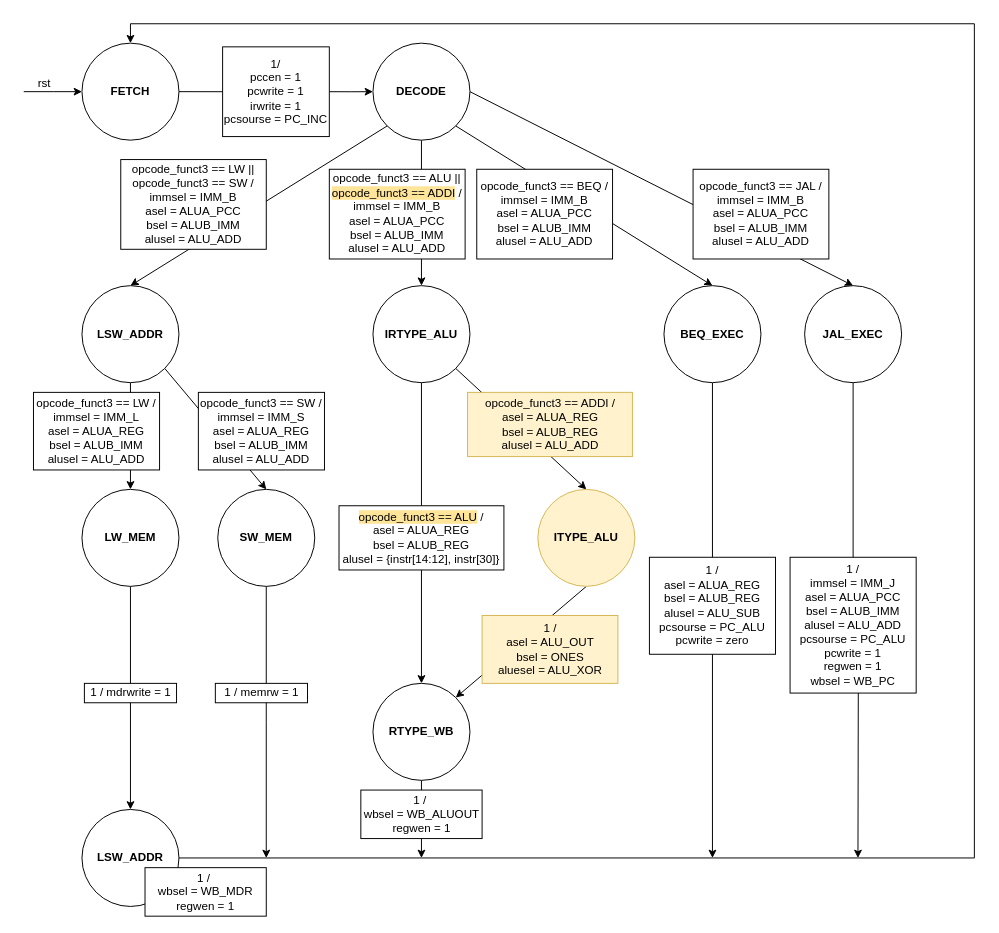
Before: simulations/simulation3/controler.drawio in UriKH/Numerical-systems-044252, a draw.io diagram. Source tidied: cells renumbered, new cells numbered last; positions are measured from the earlier drawing's top-left corner, leaving out a move shared by most shapes. Both pictures are drawn from the tidied source at 97%, with x=0, y=0 at pixel (23, 23).
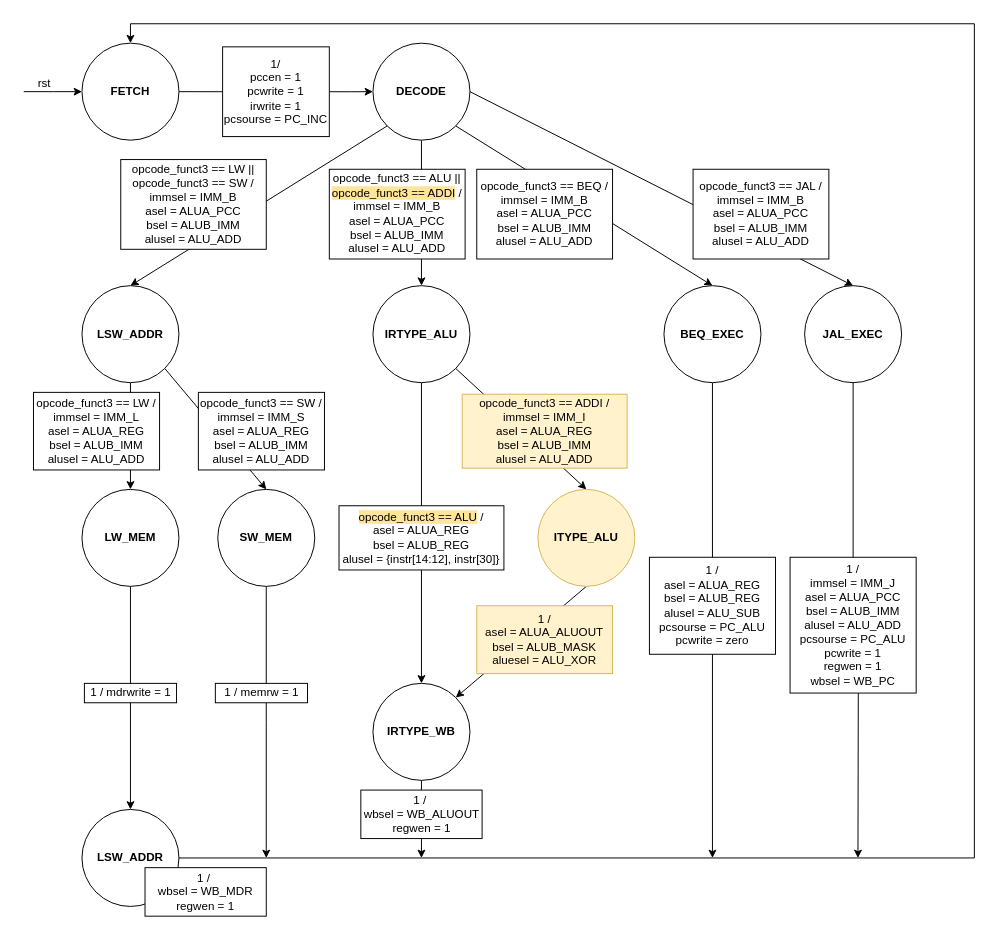
Above is the later version.

What changed in the source:
```diff
@@
-    <mxCell id="27" value="&lt;b&gt;RTYPE_WB&lt;/b&gt;" style="ellipse;whiteSpace=wrap;html=1;" parent="1" vertex="1">
+    <mxCell id="27" value="&lt;b&gt;IRTYPE_WB&lt;/b&gt;" style="ellipse;whiteSpace=wrap;html=1;" parent="1" vertex="1">
       <mxGeometry x="360" y="680" width="100" height="100" as="geometry" />
     </mxCell>
@@
-    <mxCell id="45" value="1 /&lt;div&gt;asel = ALU_OUT&lt;/div&gt;&lt;div&gt;bsel = ONES&lt;/div&gt;&lt;div&gt;aluesel = ALU_XOR&lt;/div&gt;" style="rounded=0;whiteSpace=wrap;html=1;fillColor=#fff2cc;strokeColor=#d6b656;" parent="1" vertex="1">
-      <mxGeometry x="472.5" y="610" width="140" height="70" as="geometry" />
+    <mxCell id="45" value="1 /&lt;div&gt;asel = ALUA_ALUOUT&lt;/div&gt;&lt;div&gt;bsel = ALUB_MASK&lt;/div&gt;&lt;div&gt;aluesel = ALU_XOR&lt;/div&gt;" style="rounded=0;whiteSpace=wrap;html=1;fillColor=#fff2cc;strokeColor=#d6b656;" parent="1" vertex="1">
+      <mxGeometry x="467" y="600" width="140" height="70" as="geometry" />
     </mxCell>
@@
-    <mxCell id="47" value="opcode_funct3 == ADDI /&lt;div&gt;asel = ALUA_REG&lt;/div&gt;&lt;div&gt;bsel = ALUB_REG&lt;/div&gt;&lt;div&gt;alusel = ALU_ADD&lt;/div&gt;" style="rounded=0;whiteSpace=wrap;html=1;fillColor=#fff2cc;strokeColor=#d6b656;perimeterSpacing=0;" parent="1" vertex="1">
-      <mxGeometry x="457.5" y="380" width="170" height="66.2" as="geometry" />
+    <mxCell id="47" value="opcode_funct3 == ADDI /&lt;div&gt;immsel = IMM_I&lt;/div&gt;&lt;div&gt;asel = ALUA_REG&lt;/div&gt;&lt;div&gt;bsel = ALUB_IMM&lt;/div&gt;&lt;div&gt;alusel = ALU_ADD&lt;/div&gt;" style="rounded=0;whiteSpace=wrap;html=1;fillColor=#fff2cc;strokeColor=#d6b656;perimeterSpacing=0;" parent="1" vertex="1">
+      <mxGeometry x="452" y="381.9" width="170" height="76.2" as="geometry" />
     </mxCell>
```
